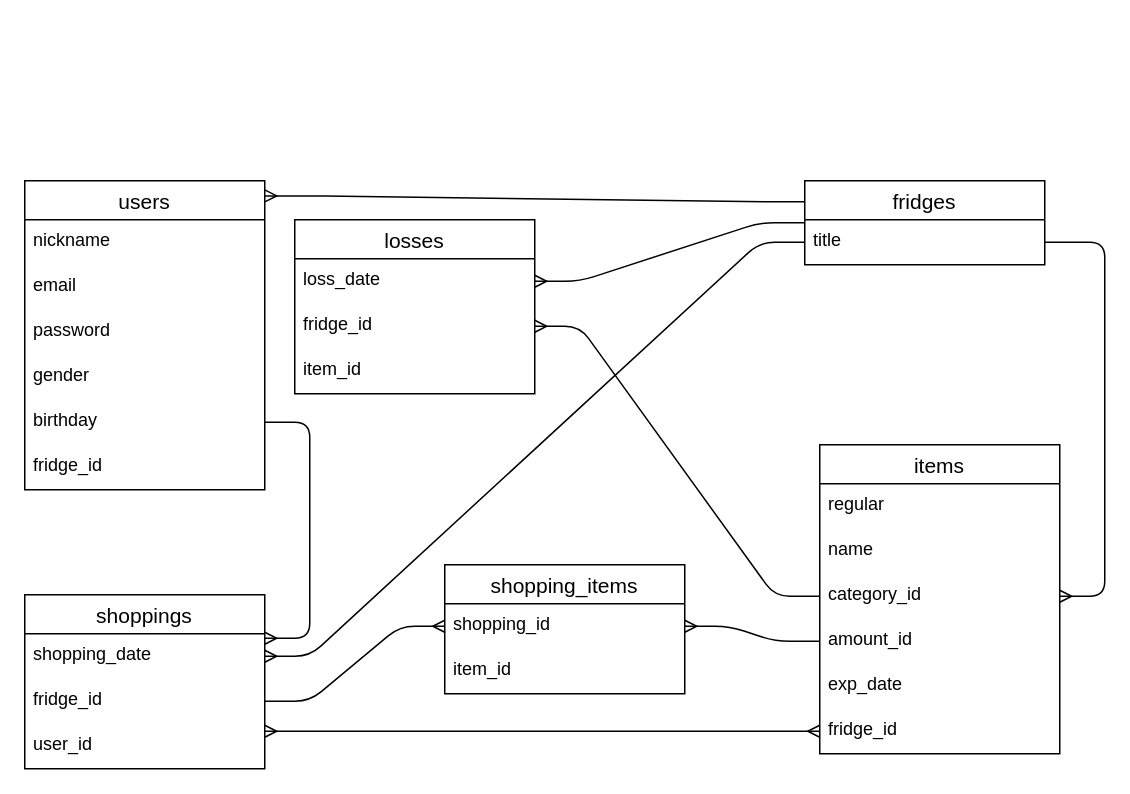
key3966/smart-fridge-2022 keeps this draw.io diagram as ER.dio. Above is the earlier version. Source tidied: cells renumbered, new cells numbered last; positions are measured from the earlier drawing's top-left corner, leaving out a move shared by most shapes. Both pictures are drawn from the tidied source at 150%, with x=0, y=0 at pixel (24, 180).
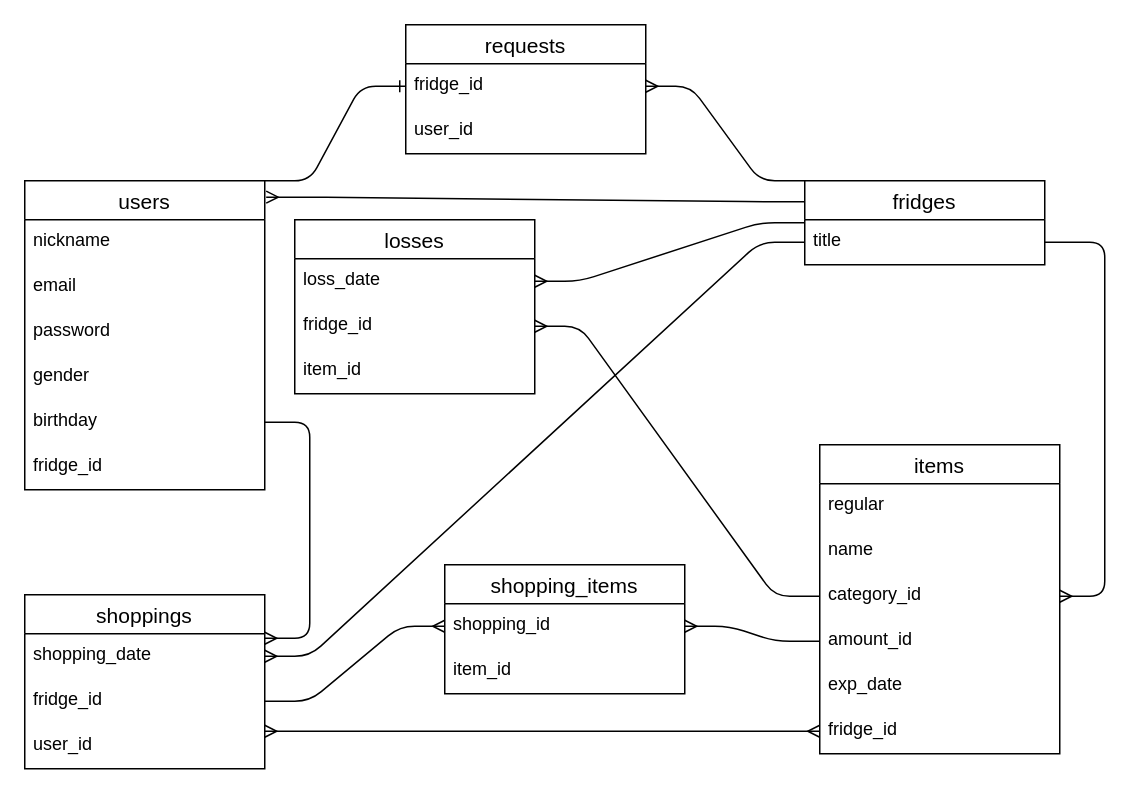
Above is the later version.

The change refers to these unchanged cells:
```xml
<mxCell id="2" value="users" style="swimlane;fontStyle=0;horizontal=1;startSize=26;align=center;fontSize=14;" parent="1" vertex="1">
  <mxGeometry width="160" height="206" as="geometry" />
</mxCell>
<mxCell id="9" value="fridges" style="swimlane;fontStyle=0;horizontal=1;startSize=26;align=center;fontSize=14;" parent="1" vertex="1">
  <mxGeometry x="520" width="160" height="56" as="geometry" />
</mxCell>
```

The edit, as a diff of the source:
```diff
@@
-    <mxCell id="37" style="edgeStyle=entityRelationEdgeStyle;fontSize=12;html=1;endArrow=ERmany;entryX=1;entryY=0.049;entryDx=0;entryDy=0;entryPerimeter=0;exitX=0;exitY=0.25;exitDx=0;exitDy=0;" parent="1" edge="1" source="9" target="2">
+    <mxCell id="37" style="edgeStyle=entityRelationEdgeStyle;fontSize=12;html=1;endArrow=ERmany;entryX=1.006;entryY=0.053;entryDx=0;entryDy=0;entryPerimeter=0;exitX=0;exitY=0.25;exitDx=0;exitDy=0;" parent="1" edge="1" source="9" target="2">
       <mxGeometry relative="1" as="geometry" />
     </mxCell>
+    <mxCell id="38" value="requests" style="swimlane;fontStyle=0;horizontal=1;startSize=26;align=center;fontSize=14;" parent="1" vertex="1">
+      <mxGeometry x="254" y="-104" width="160" height="86" as="geometry" />
+    </mxCell>
+    <mxCell id="39" value="fridge_id" style="text;strokeColor=none;fillColor=none;spacingLeft=4;spacingRight=4;overflow=hidden;points=[[0,0.5],[1,0.5]];portConstraint=eastwest;fontSize=12;" parent="38" vertex="1">
+      <mxGeometry y="26" width="160" height="30" as="geometry" />
+    </mxCell>
+    <mxCell id="40" value="user_id" style="text;strokeColor=none;fillColor=none;spacingLeft=4;spacingRight=4;overflow=hidden;fontSize=12;" parent="38" vertex="1">
+      <mxGeometry y="56" width="160" height="30" as="geometry" />
+    </mxCell>
+    <mxCell id="41" style="edgeStyle=entityRelationEdgeStyle;fontSize=12;html=1;endArrow=ERmany;exitX=0;exitY=0;exitDx=0;exitDy=0;entryX=1;entryY=0.5;entryDx=0;entryDy=0;" parent="1" edge="1" source="9" target="39">
+      <mxGeometry relative="1" as="geometry" />
+    </mxCell>
+    <mxCell id="42" style="edgeStyle=entityRelationEdgeStyle;fontSize=12;html=1;endArrow=ERone;endFill=1;entryX=0;entryY=0.5;entryDx=0;entryDy=0;exitX=1;exitY=0;exitDx=0;exitDy=0;" parent="1" edge="1" source="2" target="39">
+      <mxGeometry relative="1" as="geometry" />
+    </mxCell>
```
